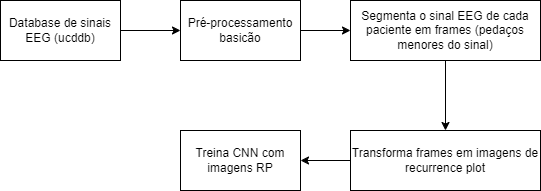
Before: fluxo_tcc.png, a diagram exported from draw.io (CylonSam/base1). Source tidied: cells renumbered, new cells last; positions are measured from the earlier drawing's top-left corner, leaving out a move shared by most shapes.
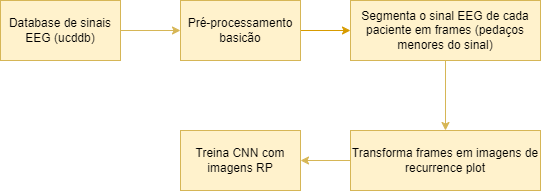
The same diagram one commit later.

Diff of the diagram source:
```diff
@@ -2,31 +2,31 @@
   <root>
     <mxCell id="0" />
     <mxCell id="1" parent="0" />
-    <mxCell id="2" style="edgeStyle=orthogonalEdgeStyle;rounded=0;jettySize=auto;html=1;exitX=1;exitY=0.5;exitDx=0;exitDy=0;entryX=0;entryY=0.5;entryDx=0;entryDy=0;" parent="1" edge="1" source="3" target="5">
+    <mxCell id="2" style="edgeStyle=orthogonalEdgeStyle;rounded=0;jettySize=auto;html=1;exitX=1;exitY=0.5;exitDx=0;exitDy=0;entryX=0;entryY=0.5;entryDx=0;entryDy=0;fillColor=#fff2cc;strokeColor=#d6b656;" parent="1" edge="1" source="3" target="5">
       <mxGeometry relative="1" as="geometry" />
     </mxCell>
-    <mxCell id="3" value="Database de sinais EEG (ucddb)" style="rounded=0;whiteSpace=wrap;html=1;" parent="1" vertex="1">
+    <mxCell id="3" value="Database de sinais EEG (ucddb)" style="rounded=0;whiteSpace=wrap;html=1;fillColor=#fff2cc;strokeColor=#d6b656;" parent="1" vertex="1">
       <mxGeometry width="120" height="60" as="geometry" />
     </mxCell>
-    <mxCell id="4" style="edgeStyle=orthogonalEdgeStyle;rounded=0;jettySize=auto;html=1;exitX=1;exitY=0.5;exitDx=0;exitDy=0;entryX=0;entryY=0.5;entryDx=0;entryDy=0;" parent="1" edge="1" source="5" target="7">
+    <mxCell id="4" style="edgeStyle=orthogonalEdgeStyle;rounded=0;jettySize=auto;html=1;exitX=1;exitY=0.5;exitDx=0;exitDy=0;entryX=0;entryY=0.5;entryDx=0;entryDy=0;fillColor=#ffe6cc;strokeColor=#d79b00;" parent="1" edge="1" source="5" target="7">
       <mxGeometry relative="1" as="geometry" />
     </mxCell>
-    <mxCell id="5" value="Pré-processamento basicão" style="rounded=0;whiteSpace=wrap;html=1;" parent="1" vertex="1">
+    <mxCell id="5" value="Pré-processamento basicão" style="rounded=0;whiteSpace=wrap;html=1;fillColor=#fff2cc;strokeColor=#d6b656;" parent="1" vertex="1">
       <mxGeometry x="180" width="120" height="60" as="geometry" />
     </mxCell>
-    <mxCell id="6" style="edgeStyle=orthogonalEdgeStyle;rounded=0;jettySize=auto;html=1;exitX=0.5;exitY=1;exitDx=0;exitDy=0;entryX=0.5;entryY=0;entryDx=0;entryDy=0;" parent="1" edge="1" source="7" target="9">
+    <mxCell id="6" style="edgeStyle=orthogonalEdgeStyle;rounded=0;jettySize=auto;html=1;exitX=0.5;exitY=1;exitDx=0;exitDy=0;entryX=0.5;entryY=0;entryDx=0;entryDy=0;fillColor=#fff2cc;strokeColor=#d6b656;" parent="1" edge="1" source="7" target="9">
       <mxGeometry relative="1" as="geometry" />
     </mxCell>
-    <mxCell id="7" value="Segmenta o sinal EEG de cada paciente em frames (pedaços menores do sinal)" style="rounded=0;whiteSpace=wrap;html=1;" parent="1" vertex="1">
+    <mxCell id="7" value="Segmenta o sinal EEG de cada paciente em frames (pedaços menores do sinal)" style="rounded=0;whiteSpace=wrap;html=1;fillColor=#fff2cc;strokeColor=#d6b656;" parent="1" vertex="1">
       <mxGeometry x="350" width="190" height="60" as="geometry" />
     </mxCell>
-    <mxCell id="8" style="edgeStyle=orthogonalEdgeStyle;rounded=0;jettySize=auto;html=1;exitX=0;exitY=0.5;exitDx=0;exitDy=0;entryX=1;entryY=0.5;entryDx=0;entryDy=0;" parent="1" edge="1" source="9" target="10">
+    <mxCell id="8" style="edgeStyle=orthogonalEdgeStyle;rounded=0;jettySize=auto;html=1;exitX=0;exitY=0.5;exitDx=0;exitDy=0;entryX=1;entryY=0.5;entryDx=0;entryDy=0;fillColor=#fff2cc;strokeColor=#d6b656;" parent="1" edge="1" source="9" target="10">
       <mxGeometry relative="1" as="geometry" />
     </mxCell>
-    <mxCell id="9" value="Transforma frames em imagens de recurrence plot" style="rounded=0;whiteSpace=wrap;html=1;" parent="1" vertex="1">
+    <mxCell id="9" value="Transforma frames em imagens de recurrence plot" style="rounded=0;whiteSpace=wrap;html=1;fillColor=#fff2cc;strokeColor=#d6b656;" parent="1" vertex="1">
       <mxGeometry x="350" y="130" width="190" height="60" as="geometry" />
     </mxCell>
-    <mxCell id="10" value="Treina CNN com imagens RP" style="rounded=0;whiteSpace=wrap;html=1;" parent="1" vertex="1">
+    <mxCell id="10" value="Treina CNN com imagens RP" style="rounded=0;whiteSpace=wrap;html=1;fillColor=#fff2cc;strokeColor=#d6b656;" parent="1" vertex="1">
       <mxGeometry x="180" y="130" width="120" height="60" as="geometry" />
     </mxCell>
   </root>
```
